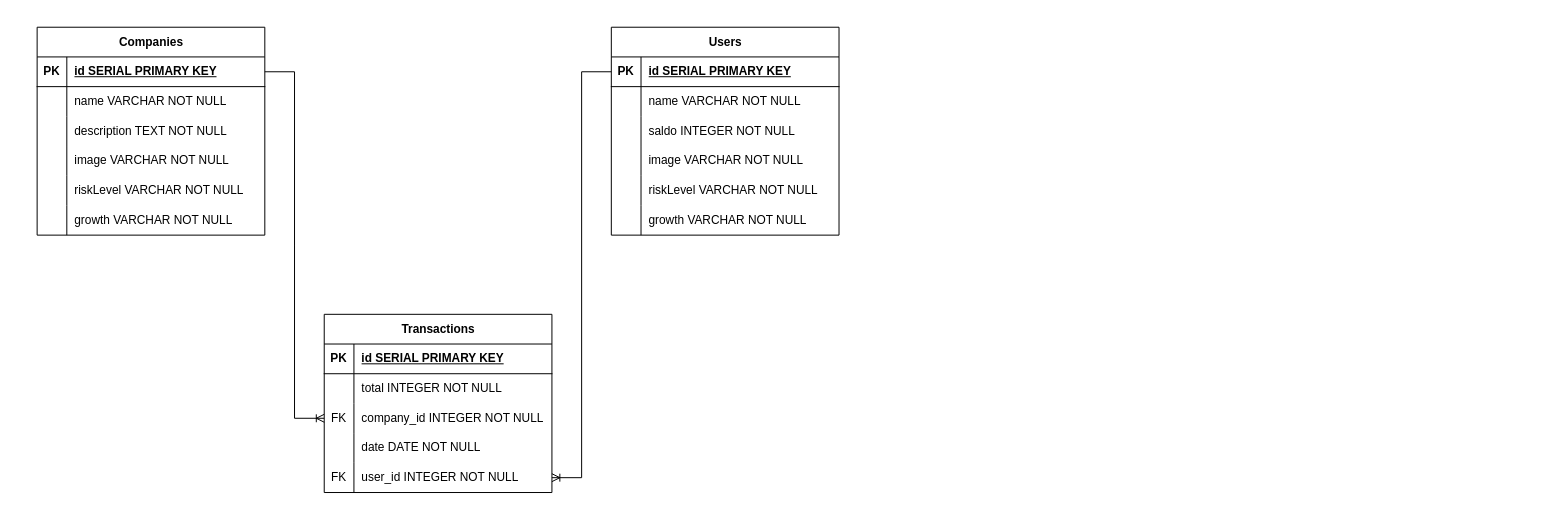
Earlier version of the draw.io diagram hackvestasi.drawio (gemakusuma/hackvestasi-orm). Source tidied: cells renumbered, new cells numbered last; positions are measured from the earlier drawing's top-left corner, leaving out a move shared by most shapes. Both pictures are drawn from the tidied source at 99%, with x=0, y=0 at pixel (37, 27).
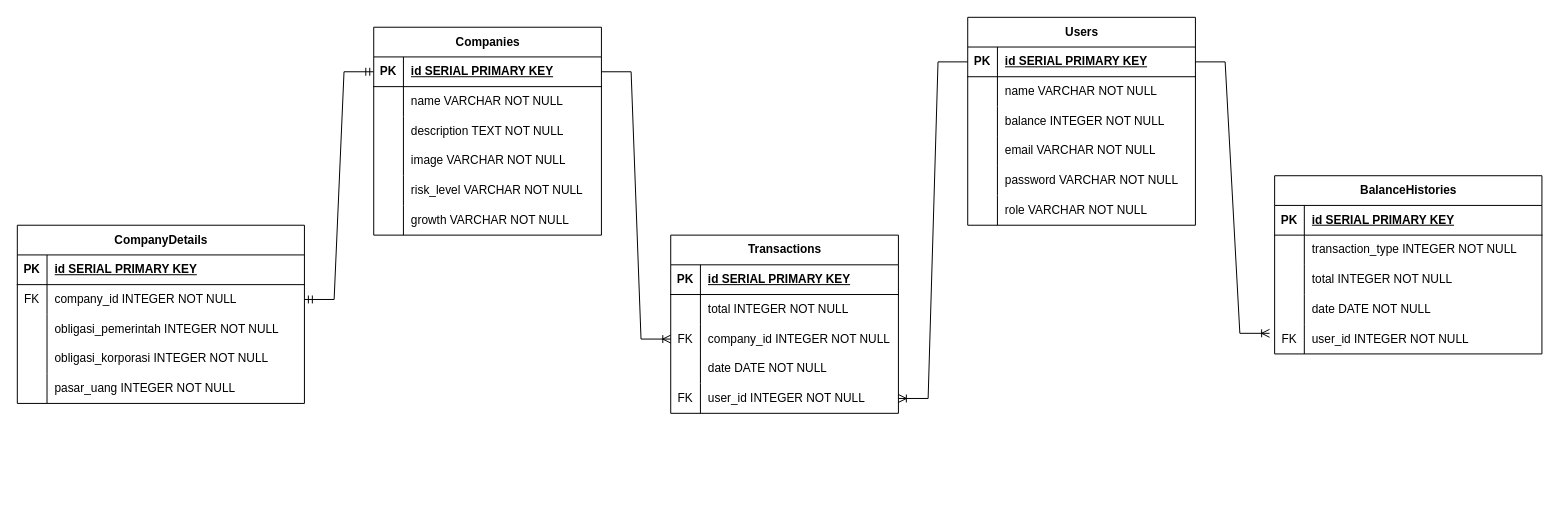
The same diagram, later.

The change refers to these unchanged cells:
```xml
<mxCell id="3" style="shape=tableRow;horizontal=0;startSize=0;swimlaneHead=0;swimlaneBody=0;fillColor=none;points=[[0,0.5],[1,0.5]];portConstraint=eastwest;top=0;left=0;right=0;bottom=1;" parent="2" vertex="1">
  <mxGeometry y="30" width="230" height="30" as="geometry" />
</mxCell>
<mxCell id="15" style="shape=tableRow;horizontal=0;startSize=0;swimlaneHead=0;swimlaneBody=0;fillColor=none;top=0;left=0;right=0;bottom=0;" parent="2" vertex="1">
  <mxGeometry y="150" width="230" height="30" as="geometry" />
</mxCell>
<mxCell id="22" style="shape=tableRow;horizontal=0;startSize=0;swimlaneHead=0;swimlaneBody=0;fillColor=none;points=[[0,0.5],[1,0.5]];portConstraint=eastwest;top=0;left=0;right=0;bottom=1;" parent="21" vertex="1">
  <mxGeometry y="30" width="230" height="30" as="geometry" />
</mxCell>
<mxCell id="28" style="shape=tableRow;horizontal=0;startSize=0;swimlaneHead=0;swimlaneBody=0;fillColor=none;top=0;left=0;right=0;bottom=0;" parent="21" vertex="1">
  <mxGeometry y="90" width="230" height="30" as="geometry" />
</mxCell>
<mxCell id="31" style="shape=tableRow;horizontal=0;startSize=0;swimlaneHead=0;swimlaneBody=0;fillColor=none;top=0;left=0;right=0;bottom=0;" parent="21" vertex="1">
  <mxGeometry y="120" width="230" height="30" as="geometry" />
</mxCell>
<mxCell id="53" style="shape=tableRow;horizontal=0;startSize=0;swimlaneHead=0;swimlaneBody=0;fillColor=none;points=[[0,0.5],[1,0.5]];portConstraint=eastwest;top=0;left=0;right=0;bottom=0;" parent="40" vertex="1">
  <mxGeometry y="150" width="230" height="30" as="geometry" />
</mxCell>
```

The edit, as a diff of the source:
```diff
@@
     <mxCell id="2" value="Companies" style="shape=table;startSize=30;childLayout=tableLayout;rowLines=0;fontStyle=1;align=center;html=1;" parent="1" vertex="1">
-      <mxGeometry width="230" height="210" as="geometry" />
+      <mxGeometry x="340" width="230" height="210" as="geometry" />
     </mxCell>
@@
-    <mxCell id="17" value="riskLevel&amp;nbsp;VARCHAR NOT NULL" style="shape=partialRectangle;fillColor=none;top=0;left=0;bottom=0;right=0;align=left;spacingLeft=6;overflow=hidden;whiteSpace=wrap;html=1;" parent="15" vertex="1">
+    <mxCell id="17" value="risk_level&amp;nbsp;VARCHAR NOT NULL" style="shape=partialRectangle;fillColor=none;top=0;left=0;bottom=0;right=0;align=left;spacingLeft=6;overflow=hidden;whiteSpace=wrap;html=1;" parent="15" vertex="1">
       <mxGeometry x="30" width="200" height="30" as="geometry" />
     </mxCell>
@@
     <mxCell id="21" value="Users" style="shape=table;startSize=30;childLayout=tableLayout;rowLines=0;fontStyle=1;align=center;html=1;" parent="1" vertex="1">
-      <mxGeometry x="580" width="230" height="210" as="geometry" />
+      <mxGeometry x="940" y="-10" width="230" height="210" as="geometry" />
     </mxCell>
@@
-    <mxCell id="30" value="saldo INTEGER NOT NULL" style="shape=partialRectangle;fillColor=none;top=0;left=0;bottom=0;right=0;align=left;spacingLeft=6;overflow=hidden;whiteSpace=wrap;html=1;" parent="28" vertex="1">
+    <mxCell id="30" value="balance INTEGER NOT NULL" style="shape=partialRectangle;fillColor=none;top=0;left=0;bottom=0;right=0;align=left;spacingLeft=6;overflow=hidden;whiteSpace=wrap;html=1;" parent="28" vertex="1">
       <mxGeometry x="30" width="200" height="30" as="geometry" />
     </mxCell>
@@
-    <mxCell id="33" value="image VARCHAR NOT NULL" style="shape=partialRectangle;fillColor=none;top=0;left=0;bottom=0;right=0;align=left;spacingLeft=6;overflow=hidden;whiteSpace=wrap;html=1;" parent="31" vertex="1">
+    <mxCell id="33" value="email VARCHAR NOT NULL" style="shape=partialRectangle;fillColor=none;top=0;left=0;bottom=0;right=0;align=left;spacingLeft=6;overflow=hidden;whiteSpace=wrap;html=1;" parent="31" vertex="1">
       <mxGeometry x="30" width="200" height="30" as="geometry" />
     </mxCell>
-    <mxCell id="34" style="shape=tableRow;horizontal=0;startSize=0;swimlaneHead=0;swimlaneBody=0;fillColor=none;top=0;left=0;right=0;bottom=0;" parent="21" vertex="1">
-      <mxGeometry y="150" width="230" height="30" as="geometry" />
-    </mxCell>
-    <mxCell id="35" style="shape=partialRectangle;fillColor=none;top=0;left=0;bottom=0;right=0;overflow=hidden;whiteSpace=wrap;html=1;" parent="34" vertex="1">
-      <mxGeometry width="30" height="30" as="geometry" />
-    </mxCell>
-    <mxCell id="36" value="riskLevel&amp;nbsp;VARCHAR NOT NULL" style="shape=partialRectangle;fillColor=none;top=0;left=0;bottom=0;right=0;align=left;spacingLeft=6;overflow=hidden;whiteSpace=wrap;html=1;" parent="34" vertex="1">
-      <mxGeometry x="30" width="200" height="30" as="geometry" />
-    </mxCell>
     <mxCell id="37" style="shape=tableRow;horizontal=0;startSize=0;swimlaneHead=0;swimlaneBody=0;fillColor=none;top=0;left=0;right=0;bottom=0;" parent="21" vertex="1">
-      <mxGeometry y="180" width="230" height="30" as="geometry" />
+      <mxGeometry y="150" width="230" height="30" as="geometry" />
     </mxCell>
@@
-    <mxCell id="39" value="growth&amp;nbsp;VARCHAR NOT NULL" style="shape=partialRectangle;fillColor=none;top=0;left=0;bottom=0;right=0;align=left;spacingLeft=6;overflow=hidden;whiteSpace=wrap;html=1;" parent="37" vertex="1">
+    <mxCell id="39" value="password VARCHAR NOT NULL" style="shape=partialRectangle;fillColor=none;top=0;left=0;bottom=0;right=0;align=left;spacingLeft=6;overflow=hidden;whiteSpace=wrap;html=1;" parent="37" vertex="1">
       <mxGeometry x="30" width="200" height="30" as="geometry" />
     </mxCell>
+    <mxCell id="58" style="shape=tableRow;horizontal=0;startSize=0;swimlaneHead=0;swimlaneBody=0;fillColor=none;top=0;left=0;right=0;bottom=0;" parent="21" vertex="1">
+      <mxGeometry y="180" width="230" height="30" as="geometry" />
+    </mxCell>
+    <mxCell id="59" style="shape=partialRectangle;fillColor=none;top=0;left=0;bottom=0;right=0;overflow=hidden;whiteSpace=wrap;html=1;" parent="58" vertex="1">
+      <mxGeometry width="30" height="30" as="geometry" />
+    </mxCell>
+    <mxCell id="60" value="role VARCHAR NOT NULL" style="shape=partialRectangle;fillColor=none;top=0;left=0;bottom=0;right=0;align=left;spacingLeft=6;overflow=hidden;whiteSpace=wrap;html=1;" parent="58" vertex="1">
+      <mxGeometry x="30" width="200" height="30" as="geometry" />
+    </mxCell>
     <mxCell id="40" value="Transactions" style="shape=table;startSize=30;childLayout=tableLayout;rowLines=0;fontStyle=1;align=center;html=1;" parent="1" vertex="1">
-      <mxGeometry x="290" y="290" width="230" height="180" as="geometry" />
+      <mxGeometry x="640" y="210" width="230" height="180" as="geometry" />
     </mxCell>
@@
     <mxCell id="57" style="edgeStyle=entityRelationEdgeStyle;fontSize=12;html=1;endArrow=ERoneToMany;rounded=0;exitX=0;exitY=0.5;exitDx=0;exitDy=0;entryX=1;entryY=0.5;entryDx=0;entryDy=0;" parent="1" edge="1" source="22" target="53">
       <mxGeometry relative="1" as="geometry">
         <Array as="points">
-          <mxPoint x="610" y="430" />
+          <mxPoint x="970" y="420" />
         </Array>
       </mxGeometry>
     </mxCell>
+    <mxCell id="61" value="BalanceHistories" style="shape=table;startSize=30;childLayout=tableLayout;rowLines=0;fontStyle=1;align=center;html=1;" parent="1" vertex="1">
+      <mxGeometry x="1250" y="150" width="270" height="180" as="geometry" />
+    </mxCell>
+    <mxCell id="62" style="shape=tableRow;horizontal=0;startSize=0;swimlaneHead=0;swimlaneBody=0;fillColor=none;top=0;left=0;right=0;bottom=1;" parent="61" vertex="1">
+      <mxGeometry y="30" width="270" height="30" as="geometry" />
+    </mxCell>
+    <mxCell id="63" value="PK" style="shape=partialRectangle;fillColor=none;top=0;left=0;bottom=0;right=0;fontStyle=1;overflow=hidden;whiteSpace=wrap;html=1;" parent="62" vertex="1">
+      <mxGeometry width="30" height="30" as="geometry" />
+    </mxCell>
+    <mxCell id="64" value="id SERIAL PRIMARY KEY" style="shape=partialRectangle;fillColor=none;top=0;left=0;bottom=0;right=0;align=left;spacingLeft=6;fontStyle=5;overflow=hidden;whiteSpace=wrap;html=1;" parent="62" vertex="1">
+      <mxGeometry x="30" width="240" height="30" as="geometry" />
+    </mxCell>
+    <mxCell id="65" style="shape=tableRow;horizontal=0;startSize=0;swimlaneHead=0;swimlaneBody=0;fillColor=none;top=0;left=0;right=0;bottom=0;" parent="61" vertex="1">
+      <mxGeometry y="60" width="270" height="30" as="geometry" />
+    </mxCell>
+    <mxCell id="66" style="shape=partialRectangle;fillColor=none;top=0;left=0;bottom=0;right=0;overflow=hidden;whiteSpace=wrap;html=1;" parent="65" vertex="1">
+      <mxGeometry width="30" height="30" as="geometry" />
+    </mxCell>
+    <mxCell id="67" value="transaction_type INTEGER NOT NULL" style="shape=partialRectangle;fillColor=none;top=0;left=0;bottom=0;right=0;align=left;spacingLeft=6;overflow=hidden;whiteSpace=wrap;html=1;" parent="65" vertex="1">
+      <mxGeometry x="30" width="240" height="30" as="geometry" />
+    </mxCell>
+    <mxCell id="68" style="shape=tableRow;horizontal=0;startSize=0;swimlaneHead=0;swimlaneBody=0;fillColor=none;top=0;left=0;right=0;bottom=0;" parent="61" vertex="1">
+      <mxGeometry y="90" width="270" height="30" as="geometry" />
+    </mxCell>
+    <mxCell id="69" style="shape=partialRectangle;fillColor=none;top=0;left=0;bottom=0;right=0;overflow=hidden;whiteSpace=wrap;html=1;" parent="68" vertex="1">
+      <mxGeometry width="30" height="30" as="geometry" />
+    </mxCell>
+    <mxCell id="70" value="total INTEGER NOT NULL" style="shape=partialRectangle;fillColor=none;top=0;left=0;bottom=0;right=0;align=left;spacingLeft=6;overflow=hidden;whiteSpace=wrap;html=1;" parent="68" vertex="1">
+      <mxGeometry x="30" width="240" height="30" as="geometry" />
+    </mxCell>
+    <mxCell id="71" style="shape=tableRow;horizontal=0;startSize=0;swimlaneHead=0;swimlaneBody=0;fillColor=none;top=0;left=0;right=0;bottom=0;" parent="61" vertex="1">
+      <mxGeometry y="120" width="270" height="30" as="geometry" />
+    </mxCell>
+    <mxCell id="72" style="shape=partialRectangle;fillColor=none;top=0;left=0;bottom=0;right=0;overflow=hidden;whiteSpace=wrap;html=1;" parent="71" vertex="1">
+      <mxGeometry width="30" height="30" as="geometry" />
+    </mxCell>
+    <mxCell id="73" value="date DATE NOT NULL" style="shape=partialRectangle;fillColor=none;top=0;left=0;bottom=0;right=0;align=left;spacingLeft=6;overflow=hidden;whiteSpace=wrap;html=1;" parent="71" vertex="1">
+      <mxGeometry x="30" width="240" height="30" as="geometry" />
+    </mxCell>
+    <mxCell id="74" style="shape=tableRow;horizontal=0;startSize=0;swimlaneHead=0;swimlaneBody=0;fillColor=none;points=[[0,0.5],[1,0.5]];portConstraint=eastwest;top=0;left=0;right=0;bottom=0;" parent="61" vertex="1">
+      <mxGeometry y="150" width="270" height="30" as="geometry" />
+    </mxCell>
+    <mxCell id="75" value="FK" style="shape=partialRectangle;fillColor=none;top=0;left=0;bottom=0;right=0;overflow=hidden;whiteSpace=wrap;html=1;" parent="74" vertex="1">
+      <mxGeometry width="30" height="30" as="geometry" />
+    </mxCell>
+    <mxCell id="76" value="user_id INTEGER NOT NULL" style="shape=partialRectangle;fillColor=none;top=0;left=0;bottom=0;right=0;align=left;spacingLeft=6;overflow=hidden;whiteSpace=wrap;html=1;" parent="74" vertex="1">
+      <mxGeometry x="30" width="240" height="30" as="geometry" />
+    </mxCell>
+    <mxCell id="77" style="edgeStyle=entityRelationEdgeStyle;fontSize=12;html=1;endArrow=ERoneToMany;rounded=0;exitX=1;exitY=0.5;exitDx=0;exitDy=0;entryX=-0.019;entryY=0.306;entryDx=0;entryDy=0;entryPerimeter=0;" parent="1" edge="1" source="22" target="74">
+      <mxGeometry relative="1" as="geometry" />
+    </mxCell>
+    <mxCell id="78" value="CompanyDetails" style="shape=table;startSize=30;childLayout=tableLayout;rowLines=0;fontStyle=1;align=center;html=1;" parent="1" vertex="1">
+      <mxGeometry x="-20" y="200" width="290" height="180" as="geometry" />
+    </mxCell>
+    <mxCell id="79" style="shape=tableRow;horizontal=0;startSize=0;swimlaneHead=0;swimlaneBody=0;fillColor=none;top=0;left=0;right=0;bottom=1;" parent="78" vertex="1">
+      <mxGeometry y="30" width="290" height="30" as="geometry" />
+    </mxCell>
+    <mxCell id="80" value="PK" style="shape=partialRectangle;fillColor=none;top=0;left=0;bottom=0;right=0;fontStyle=1;overflow=hidden;whiteSpace=wrap;html=1;" parent="79" vertex="1">
+      <mxGeometry width="30" height="30" as="geometry" />
+    </mxCell>
+    <mxCell id="81" value="id SERIAL PRIMARY KEY" style="shape=partialRectangle;fillColor=none;top=0;left=0;bottom=0;right=0;align=left;spacingLeft=6;fontStyle=5;overflow=hidden;whiteSpace=wrap;html=1;" parent="79" vertex="1">
+      <mxGeometry x="30" width="260" height="30" as="geometry" />
+    </mxCell>
+    <mxCell id="82" style="shape=tableRow;horizontal=0;startSize=0;swimlaneHead=0;swimlaneBody=0;fillColor=none;points=[[0,0.5],[1,0.5]];portConstraint=eastwest;top=0;left=0;right=0;bottom=0;" parent="78" vertex="1">
+      <mxGeometry y="60" width="290" height="30" as="geometry" />
+    </mxCell>
+    <mxCell id="83" value="FK" style="shape=partialRectangle;fillColor=none;top=0;left=0;bottom=0;right=0;overflow=hidden;whiteSpace=wrap;html=1;" parent="82" vertex="1">
+      <mxGeometry width="30" height="30" as="geometry" />
+    </mxCell>
+    <mxCell id="84" value="company_id INTEGER NOT NULL" style="shape=partialRectangle;fillColor=none;top=0;left=0;bottom=0;right=0;align=left;spacingLeft=6;overflow=hidden;whiteSpace=wrap;html=1;" parent="82" vertex="1">
+      <mxGeometry x="30" width="260" height="30" as="geometry" />
+    </mxCell>
+    <mxCell id="85" style="shape=tableRow;horizontal=0;startSize=0;swimlaneHead=0;swimlaneBody=0;fillColor=none;top=0;left=0;right=0;bottom=0;" parent="78" vertex="1">
+      <mxGeometry y="90" width="290" height="30" as="geometry" />
+    </mxCell>
+    <mxCell id="86" style="shape=partialRectangle;fillColor=none;top=0;left=0;bottom=0;right=0;overflow=hidden;whiteSpace=wrap;html=1;" parent="85" vertex="1">
+      <mxGeometry width="30" height="30" as="geometry" />
+    </mxCell>
+    <mxCell id="87" value="obligasi_pemerintah INTEGER NOT NULL" style="shape=partialRectangle;fillColor=none;top=0;left=0;bottom=0;right=0;align=left;spacingLeft=6;overflow=hidden;whiteSpace=wrap;html=1;" parent="85" vertex="1">
+      <mxGeometry x="30" width="260" height="30" as="geometry" />
+    </mxCell>
+    <mxCell id="88" style="shape=tableRow;horizontal=0;startSize=0;swimlaneHead=0;swimlaneBody=0;fillColor=none;top=0;left=0;right=0;bottom=0;" parent="78" vertex="1">
+      <mxGeometry y="120" width="290" height="30" as="geometry" />
+    </mxCell>
+    <mxCell id="89" style="shape=partialRectangle;fillColor=none;top=0;left=0;bottom=0;right=0;overflow=hidden;whiteSpace=wrap;html=1;" parent="88" vertex="1">
+      <mxGeometry width="30" height="30" as="geometry" />
+    </mxCell>
+    <mxCell id="90" value="obligasi_korporasi INTEGER NOT NULL" style="shape=partialRectangle;fillColor=none;top=0;left=0;bottom=0;right=0;align=left;spacingLeft=6;overflow=hidden;whiteSpace=wrap;html=1;" parent="88" vertex="1">
+      <mxGeometry x="30" width="260" height="30" as="geometry" />
+    </mxCell>
+    <mxCell id="91" style="shape=tableRow;horizontal=0;startSize=0;swimlaneHead=0;swimlaneBody=0;fillColor=none;top=0;left=0;right=0;bottom=0;" parent="78" vertex="1">
+      <mxGeometry y="150" width="290" height="30" as="geometry" />
+    </mxCell>
+    <mxCell id="92" style="shape=partialRectangle;fillColor=none;top=0;left=0;bottom=0;right=0;overflow=hidden;whiteSpace=wrap;html=1;" parent="91" vertex="1">
+      <mxGeometry width="30" height="30" as="geometry" />
+    </mxCell>
+    <mxCell id="93" value="pasar_uang INTEGER NOT NULL" style="shape=partialRectangle;fillColor=none;top=0;left=0;bottom=0;right=0;align=left;spacingLeft=6;overflow=hidden;whiteSpace=wrap;html=1;" parent="91" vertex="1">
+      <mxGeometry x="30" width="260" height="30" as="geometry" />
+    </mxCell>
+    <mxCell id="94" style="edgeStyle=entityRelationEdgeStyle;fontSize=12;html=1;endArrow=ERmandOne;startArrow=ERmandOne;rounded=0;exitX=1;exitY=0.5;exitDx=0;exitDy=0;entryX=0;entryY=0.5;entryDx=0;entryDy=0;" parent="1" edge="1" source="82" target="3">
+      <mxGeometry relative="1" as="geometry" />
+    </mxCell>
```
